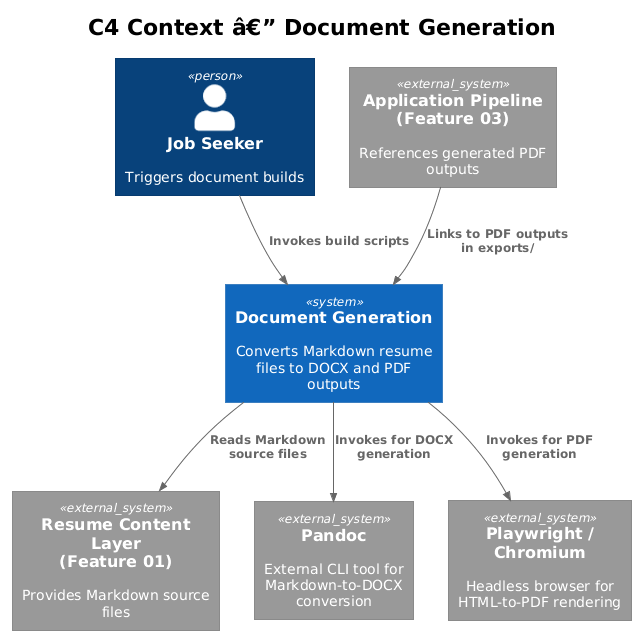
Earlier version of the PlantUML export docs/detailed-designs/02-document-generation/diagrams/c4_context.png (QuinntyneBrown/Orbit).
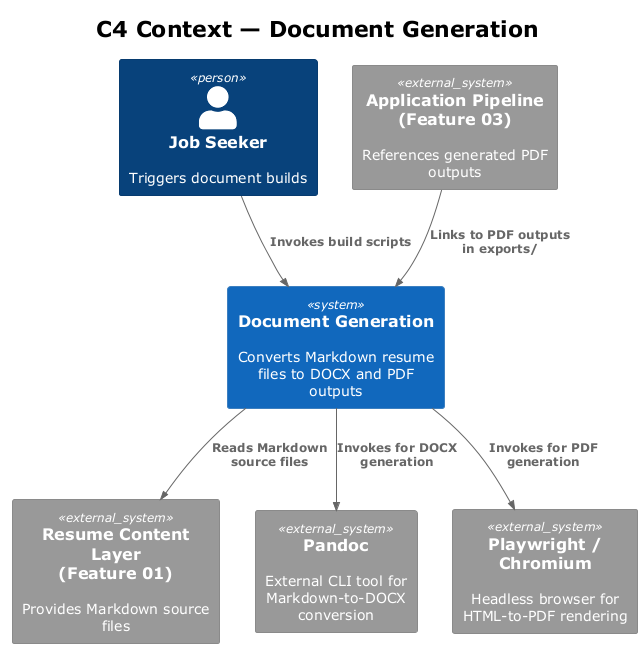
After the commit.

Change to the diagram source:
```diff
@@ -1,8 +1,8 @@
-@startuml
+@startuml c4_context
 !theme plain
 !include <C4/C4_Context>
 
-title C4 Context â€” Document Generation
+title C4 Context — Document Generation
 
 Person(user, "Job Seeker", "Triggers document builds")
 
@@ -18,4 +18,5 @@
 Rel(docgen, pandoc, "Invokes for DOCX generation")
 Rel(docgen, playwright, "Invokes for PDF generation")
 Rel(pipeline, docgen, "Links to PDF outputs in exports/")
+
 @enduml
```
